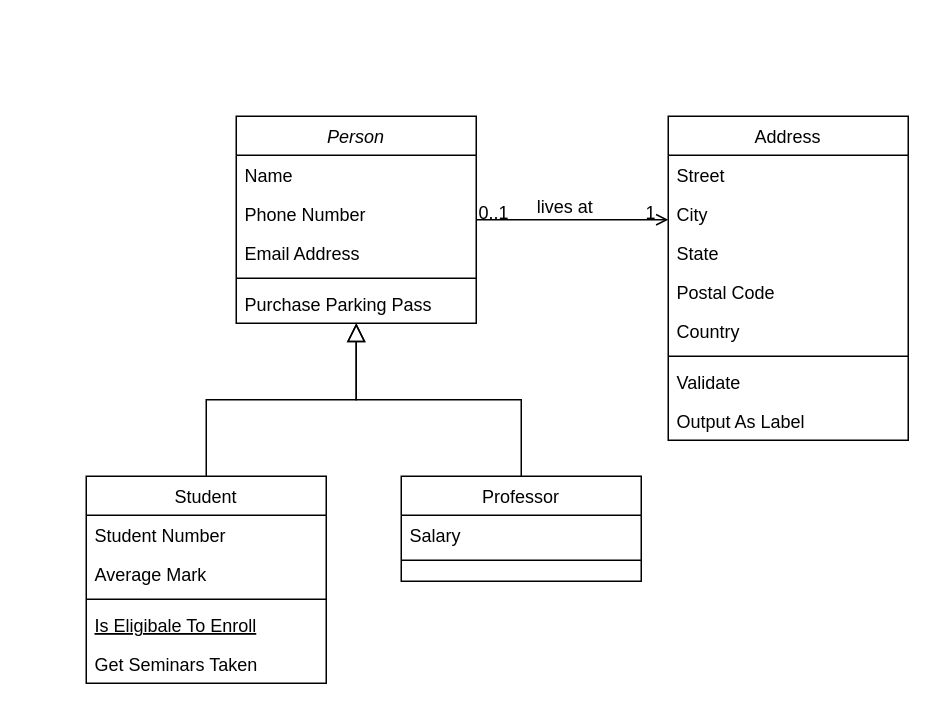
Above: Untitled Diagram.drawio in Mim1c/The-Repository (draw.io), before the change. Source tidied: cells renumbered, new cells numbered last; positions are measured from the earlier drawing's top-left corner, leaving out a move shared by most shapes. Both pictures are drawn from the tidied source at 150%, with x=0, y=0 at pixel (86, 116).
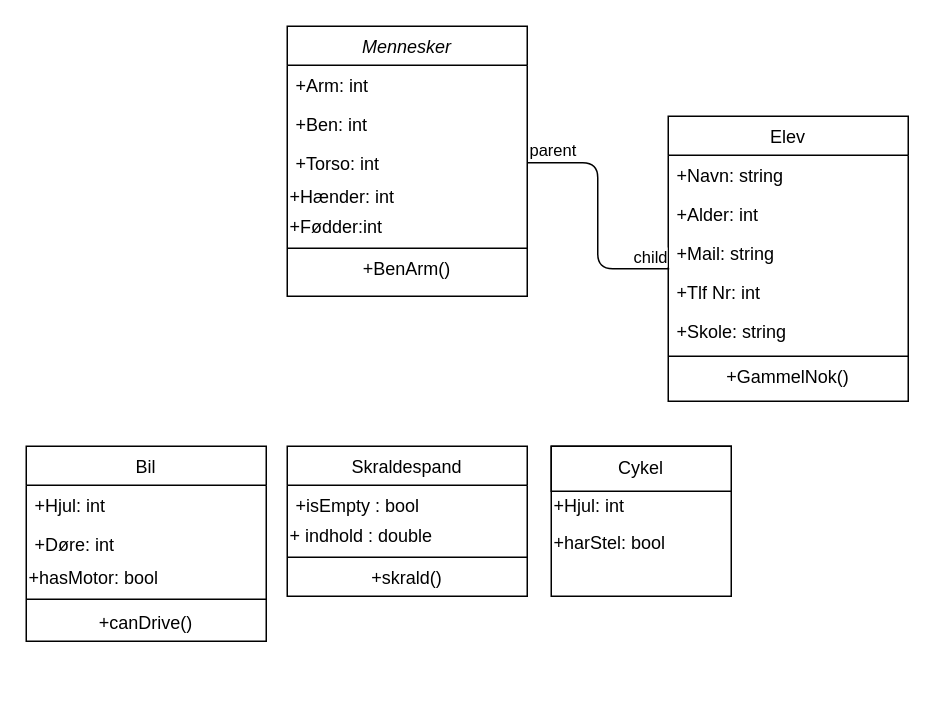
The same page after the edit.

What changed in the source:
```diff
@@
-    <mxCell id="2" value="Person" style="swimlane;fontStyle=2;align=center;verticalAlign=top;horizontal=1;startSize=26;rounded=0;shadow=0;strokeWidth=1;" parent="1" vertex="1">
-      <mxGeometry x="100" width="160" height="138" as="geometry" />
+    <mxCell id="2" value="Mennesker" style="swimlane;fontStyle=2;align=center;verticalAlign=top;horizontal=1;startSize=26;rounded=0;shadow=0;strokeWidth=1;" parent="1" vertex="1">
+      <mxGeometry x="134" y="-60" width="160" height="180" as="geometry" />
     </mxCell>
-    <mxCell id="3" value="Name" style="text;align=left;verticalAlign=top;spacingLeft=4;spacingRight=4;overflow=hidden;" parent="2" vertex="1">
+    <mxCell id="3" value="+Arm: int" style="text;align=left;verticalAlign=top;spacingLeft=4;spacingRight=4;overflow=hidden;" parent="2" vertex="1">
       <mxGeometry y="26" width="160" height="26" as="geometry" />
     </mxCell>
-    <mxCell id="4" value="Phone Number" style="text;align=left;verticalAlign=top;spacingLeft=4;spacingRight=4;overflow=hidden;rounded=0;shadow=0;html=0;" parent="2" vertex="1">
+    <mxCell id="4" value="+Ben: int" style="text;align=left;verticalAlign=top;spacingLeft=4;spacingRight=4;overflow=hidden;rounded=0;shadow=0;html=0;" parent="2" vertex="1">
       <mxGeometry y="52" width="160" height="26" as="geometry" />
     </mxCell>
-    <mxCell id="5" value="Email Address" style="text;align=left;verticalAlign=top;spacingLeft=4;spacingRight=4;overflow=hidden;points=[[0,0.5],[1,0.5]];portConstraint=eastwest;rounded=0;shadow=0;html=0;" parent="2" vertex="1">
+    <mxCell id="5" value="+Torso: int" style="text;align=left;verticalAlign=top;spacingLeft=4;spacingRight=4;overflow=hidden;points=[[0,0.5],[1,0.5]];portConstraint=eastwest;rounded=0;shadow=0;html=0;" parent="2" vertex="1">
       <mxGeometry y="78" width="160" height="26" as="geometry" />
     </mxCell>
-    <mxCell id="6" style="line;html=1;strokeWidth=1;align=left;verticalAlign=middle;spacingTop=-1;spacingLeft=3;spacingRight=3;labelPosition=right;" parent="2" vertex="1">
-      <mxGeometry y="104" width="160" height="8" as="geometry" />
-    </mxCell>
-    <mxCell id="7" value="Purchase Parking Pass" style="text;align=left;verticalAlign=top;spacingLeft=4;spacingRight=4;overflow=hidden;" parent="2" vertex="1">
-      <mxGeometry y="112" width="160" height="26" as="geometry" />
-    </mxCell>
+    <mxCell id="32" value="+Hænder: int" style="text;html=1;strokeColor=none;fillColor=none;align=left;verticalAlign=middle;whiteSpace=wrap;rounded=0;" parent="2" vertex="1">
+      <mxGeometry y="104" width="160" height="20" as="geometry" />
+    </mxCell>
+    <mxCell id="33" value="+Fødder:int&amp;nbsp;" style="text;html=1;strokeColor=none;fillColor=none;align=left;verticalAlign=middle;whiteSpace=wrap;rounded=0;" parent="2" vertex="1">
+      <mxGeometry y="124" width="160" height="20" as="geometry" />
+    </mxCell>
+    <mxCell id="34" style="line;html=1;strokeWidth=1;align=left;verticalAlign=middle;spacingTop=-1;spacingLeft=3;spacingRight=3;labelPosition=right;" parent="2" vertex="1">
+      <mxGeometry y="144" width="160" height="8" as="geometry" />
+    </mxCell>
+    <mxCell id="35" value="+BenArm()" style="text;html=1;strokeColor=none;fillColor=none;align=center;verticalAlign=middle;whiteSpace=wrap;rounded=0;" parent="2" vertex="1">
+      <mxGeometry y="152" width="160" height="20" as="geometry" />
+    </mxCell>
-    <mxCell id="8" value="Student" style="swimlane;fontStyle=0;align=center;verticalAlign=top;horizontal=1;startSize=26;rounded=0;shadow=0;strokeWidth=1;" parent="1" vertex="1">
-      <mxGeometry y="240" width="160" height="138" as="geometry" />
+    <mxCell id="8" value="Bil" style="swimlane;fontStyle=0;align=center;verticalAlign=top;horizontal=1;startSize=26;rounded=0;shadow=0;strokeWidth=1;" parent="1" vertex="1">
+      <mxGeometry x="-40" y="220" width="160" height="130" as="geometry" />
     </mxCell>
-    <mxCell id="9" value="Student Number" style="text;align=left;verticalAlign=top;spacingLeft=4;spacingRight=4;overflow=hidden;" parent="8" vertex="1">
+    <mxCell id="9" value="+Hjul: int" style="text;align=left;verticalAlign=top;spacingLeft=4;spacingRight=4;overflow=hidden;" parent="8" vertex="1">
       <mxGeometry y="26" width="160" height="26" as="geometry" />
     </mxCell>
-    <mxCell id="10" value="Average Mark" style="text;align=left;verticalAlign=top;spacingLeft=4;spacingRight=4;overflow=hidden;rounded=0;shadow=0;html=0;" parent="8" vertex="1">
+    <mxCell id="10" value="+Døre: int" style="text;align=left;verticalAlign=top;spacingLeft=4;spacingRight=4;overflow=hidden;rounded=0;shadow=0;html=0;" parent="8" vertex="1">
       <mxGeometry y="52" width="160" height="26" as="geometry" />
     </mxCell>
+    <mxCell id="36" value="+hasMotor: bool" style="text;html=1;strokeColor=none;fillColor=none;align=left;verticalAlign=middle;whiteSpace=wrap;rounded=0;" parent="8" vertex="1">
+      <mxGeometry y="78" width="160" height="20" as="geometry" />
+    </mxCell>
     <mxCell id="11" style="line;html=1;strokeWidth=1;align=left;verticalAlign=middle;spacingTop=-1;spacingLeft=3;spacingRight=3;labelPosition=right;" parent="8" vertex="1">
-      <mxGeometry y="78" width="160" height="8" as="geometry" />
+      <mxGeometry y="98" width="160" height="8" as="geometry" />
     </mxCell>
-    <mxCell id="12" value="Is Eligibale To Enroll" style="text;align=left;verticalAlign=top;spacingLeft=4;spacingRight=4;overflow=hidden;fontStyle=4;" parent="8" vertex="1">
-      <mxGeometry y="86" width="160" height="26" as="geometry" />
-    </mxCell>
-    <mxCell id="13" value="Get Seminars Taken" style="text;align=left;verticalAlign=top;spacingLeft=4;spacingRight=4;overflow=hidden;" parent="8" vertex="1">
-      <mxGeometry y="112" width="160" height="26" as="geometry" />
-    </mxCell>
-    <mxCell id="14" style="endArrow=block;endSize=10;endFill=0;shadow=0;strokeWidth=1;rounded=0;edgeStyle=elbowEdgeStyle;elbow=vertical;" parent="1" edge="1" source="8" target="2">
-      <mxGeometry relative="1" as="geometry" />
-    </mxCell>
+    <mxCell id="37" value="+canDrive()" style="text;html=1;strokeColor=none;fillColor=none;align=center;verticalAlign=middle;whiteSpace=wrap;rounded=0;" parent="8" vertex="1">
+      <mxGeometry y="106" width="160" height="24" as="geometry" />
+    </mxCell>
-    <mxCell id="15" value="Professor" style="swimlane;fontStyle=0;align=center;verticalAlign=top;horizontal=1;startSize=26;rounded=0;shadow=0;strokeWidth=1;" parent="1" vertex="1">
-      <mxGeometry x="210" y="240" width="160" height="70" as="geometry" />
+    <mxCell id="15" value="Skraldespand" style="swimlane;fontStyle=0;align=center;verticalAlign=top;horizontal=1;startSize=26;rounded=0;shadow=0;strokeWidth=1;" parent="1" vertex="1">
+      <mxGeometry x="134" y="220" width="160" height="100" as="geometry" />
     </mxCell>
-    <mxCell id="16" value="Salary" style="text;align=left;verticalAlign=top;spacingLeft=4;spacingRight=4;overflow=hidden;" parent="15" vertex="1">
-      <mxGeometry y="26" width="160" height="26" as="geometry" />
+    <mxCell id="16" value="+isEmpty : bool" style="text;align=left;verticalAlign=top;spacingLeft=4;spacingRight=4;overflow=hidden;" parent="15" vertex="1">
+      <mxGeometry y="26" width="160" height="24" as="geometry" />
     </mxCell>
-    <mxCell id="17" style="line;html=1;strokeWidth=1;align=left;verticalAlign=middle;spacingTop=-1;spacingLeft=3;spacingRight=3;labelPosition=right;" parent="15" vertex="1">
-      <mxGeometry y="52" width="160" height="8" as="geometry" />
-    </mxCell>
-    <mxCell id="18" style="endArrow=block;endSize=10;endFill=0;shadow=0;strokeWidth=1;rounded=0;edgeStyle=elbowEdgeStyle;elbow=vertical;" parent="1" edge="1" source="15" target="2">
-      <mxGeometry relative="1" as="geometry" />
-    </mxCell>
+    <mxCell id="38" value="+ indhold : double" style="text;html=1;strokeColor=none;fillColor=none;align=left;verticalAlign=middle;whiteSpace=wrap;rounded=0;" parent="15" vertex="1">
+      <mxGeometry y="50" width="160" height="20" as="geometry" />
+    </mxCell>
+    <mxCell id="39" style="line;html=1;strokeWidth=1;align=left;verticalAlign=middle;spacingTop=-1;spacingLeft=3;spacingRight=3;labelPosition=right;" parent="15" vertex="1">
+      <mxGeometry y="70" width="160" height="8" as="geometry" />
+    </mxCell>
+    <mxCell id="40" value="+skrald()" style="text;html=1;strokeColor=none;fillColor=none;align=center;verticalAlign=middle;whiteSpace=wrap;rounded=0;" parent="15" vertex="1">
+      <mxGeometry y="78" width="160" height="20" as="geometry" />
+    </mxCell>
-    <mxCell id="19" value="Address" style="swimlane;fontStyle=0;align=center;verticalAlign=top;horizontal=1;startSize=26;rounded=0;shadow=0;strokeWidth=1;" parent="1" vertex="1">
-      <mxGeometry x="388" width="160" height="216" as="geometry" />
+    <mxCell id="19" value="Elev" style="swimlane;fontStyle=0;align=center;verticalAlign=top;horizontal=1;startSize=26;rounded=0;shadow=0;strokeWidth=1;" parent="1" vertex="1">
+      <mxGeometry x="388" width="160" height="190" as="geometry" />
     </mxCell>
-    <mxCell id="20" value="Street" style="text;align=left;verticalAlign=top;spacingLeft=4;spacingRight=4;overflow=hidden;" parent="19" vertex="1">
+    <mxCell id="20" value="+Navn: string" style="text;align=left;verticalAlign=top;spacingLeft=4;spacingRight=4;overflow=hidden;" parent="19" vertex="1">
       <mxGeometry y="26" width="160" height="26" as="geometry" />
     </mxCell>
-    <mxCell id="21" value="City" style="text;align=left;verticalAlign=top;spacingLeft=4;spacingRight=4;overflow=hidden;rounded=0;shadow=0;html=0;" parent="19" vertex="1">
+    <mxCell id="21" value="+Alder: int" style="text;align=left;verticalAlign=top;spacingLeft=4;spacingRight=4;overflow=hidden;rounded=0;shadow=0;html=0;" parent="19" vertex="1">
       <mxGeometry y="52" width="160" height="26" as="geometry" />
     </mxCell>
-    <mxCell id="22" value="State" style="text;align=left;verticalAlign=top;spacingLeft=4;spacingRight=4;overflow=hidden;rounded=0;shadow=0;html=0;" parent="19" vertex="1">
+    <mxCell id="22" value="+Mail: string" style="text;align=left;verticalAlign=top;spacingLeft=4;spacingRight=4;overflow=hidden;rounded=0;shadow=0;html=0;" parent="19" vertex="1">
       <mxGeometry y="78" width="160" height="26" as="geometry" />
     </mxCell>
-    <mxCell id="23" value="Postal Code" style="text;align=left;verticalAlign=top;spacingLeft=4;spacingRight=4;overflow=hidden;points=[[0,0.5],[1,0.5]];portConstraint=eastwest;rounded=0;shadow=0;html=0;" parent="19" vertex="1">
+    <mxCell id="23" value="+Tlf Nr: int" style="text;align=left;verticalAlign=top;spacingLeft=4;spacingRight=4;overflow=hidden;points=[[0,0.5],[1,0.5]];portConstraint=eastwest;rounded=0;shadow=0;html=0;" parent="19" vertex="1">
       <mxGeometry y="104" width="160" height="26" as="geometry" />
     </mxCell>
-    <mxCell id="24" value="Country" style="text;align=left;verticalAlign=top;spacingLeft=4;spacingRight=4;overflow=hidden;rounded=0;shadow=0;html=0;" parent="19" vertex="1">
+    <mxCell id="24" value="+Skole: string" style="text;align=left;verticalAlign=top;spacingLeft=4;spacingRight=4;overflow=hidden;rounded=0;shadow=0;html=0;" parent="19" vertex="1">
       <mxGeometry y="130" width="160" height="26" as="geometry" />
     </mxCell>
@@
-    <mxCell id="26" value="Validate" style="text;align=left;verticalAlign=top;spacingLeft=4;spacingRight=4;overflow=hidden;" parent="19" vertex="1">
-      <mxGeometry y="164" width="160" height="26" as="geometry" />
-    </mxCell>
-    <mxCell id="27" value="Output As Label" style="text;align=left;verticalAlign=top;spacingLeft=4;spacingRight=4;overflow=hidden;" parent="19" vertex="1">
-      <mxGeometry y="190" width="160" height="26" as="geometry" />
-    </mxCell>
-    <mxCell id="28" style="endArrow=open;shadow=0;strokeWidth=1;rounded=0;endFill=1;edgeStyle=elbowEdgeStyle;elbow=vertical;" parent="1" edge="1" source="2" target="19">
-      <mxGeometry x="0.5" y="41" relative="1" as="geometry">
-        <mxPoint x="-40" y="32" as="offset" />
-      </mxGeometry>
-    </mxCell>
-    <mxCell id="29" value="0..1" style="align=left;verticalAlign=bottom;labelBackgroundColor=none;fontSize=12;" parent="28" vertex="1">
-      <mxGeometry x="-1" relative="1" as="geometry">
-        <mxPoint y="4" as="offset" />
-      </mxGeometry>
-    </mxCell>
-    <mxCell id="30" value="1" style="align=right;verticalAlign=bottom;labelBackgroundColor=none;fontSize=12;" parent="28" vertex="1">
-      <mxGeometry x="1" relative="1" as="geometry">
-        <mxPoint x="-7" y="4" as="offset" />
-      </mxGeometry>
-    </mxCell>
-    <mxCell id="31" value="lives at" style="text;html=1;align=center;verticalAlign=middle;labelBackgroundColor=none;rounded=0;shadow=0;strokeWidth=1;fontSize=12;" parent="28" vertex="1">
-      <mxGeometry x="0.5" y="49" relative="1" as="geometry">
-        <mxPoint x="-38" y="40" as="offset" />
-      </mxGeometry>
-    </mxCell>
+    <mxCell id="41" value="+GammelNok()" style="text;html=1;strokeColor=none;fillColor=none;align=center;verticalAlign=middle;whiteSpace=wrap;rounded=0;" parent="19" vertex="1">
+      <mxGeometry y="164" width="160" height="20" as="geometry" />
+    </mxCell>
+    <mxCell id="42" style="rounded=0;whiteSpace=wrap;html=1;align=left;" parent="1" vertex="1">
+      <mxGeometry x="310" y="220" width="120" height="100" as="geometry" />
+    </mxCell>
+    <mxCell id="43" style="rounded=0;whiteSpace=wrap;html=1;align=left;" parent="1" vertex="1">
+      <mxGeometry x="310" y="220" width="120" height="30" as="geometry" />
+    </mxCell>
+    <mxCell id="44" value="Cykel" style="text;html=1;strokeColor=none;fillColor=none;align=center;verticalAlign=middle;whiteSpace=wrap;rounded=0;" parent="1" vertex="1">
+      <mxGeometry x="350" y="225" width="40" height="20" as="geometry" />
+    </mxCell>
+    <mxCell id="45" value="+Hjul: int" style="text;html=1;strokeColor=none;fillColor=none;align=left;verticalAlign=middle;whiteSpace=wrap;rounded=0;" parent="1" vertex="1">
+      <mxGeometry x="310" y="250" width="120" height="20" as="geometry" />
+    </mxCell>
+    <mxCell id="46" value="+harStel: bool" style="text;html=1;strokeColor=none;fillColor=none;align=left;verticalAlign=middle;whiteSpace=wrap;rounded=0;" parent="1" vertex="1">
+      <mxGeometry x="310" y="275" width="120" height="20" as="geometry" />
+    </mxCell>
+    <mxCell id="47" style="endArrow=none;html=1;edgeStyle=orthogonalEdgeStyle;exitX=1;exitY=0.5;exitDx=0;exitDy=0;entryX=0.004;entryY=-0.09;entryDx=0;entryDy=0;entryPerimeter=0;" parent="1" edge="1" source="5" target="23">
+      <mxGeometry relative="1" as="geometry" />
+    </mxCell>
+    <mxCell id="48" value="parent" style="edgeLabel;html=1;align=left;verticalAlign=bottom;" parent="47" vertex="1">
+      <mxGeometry x="-1" relative="1" as="geometry" />
+    </mxCell>
+    <mxCell id="49" value="child" style="edgeLabel;html=1;align=right;verticalAlign=bottom;" parent="47" vertex="1">
+      <mxGeometry x="1" relative="1" as="geometry" />
+    </mxCell>
```
